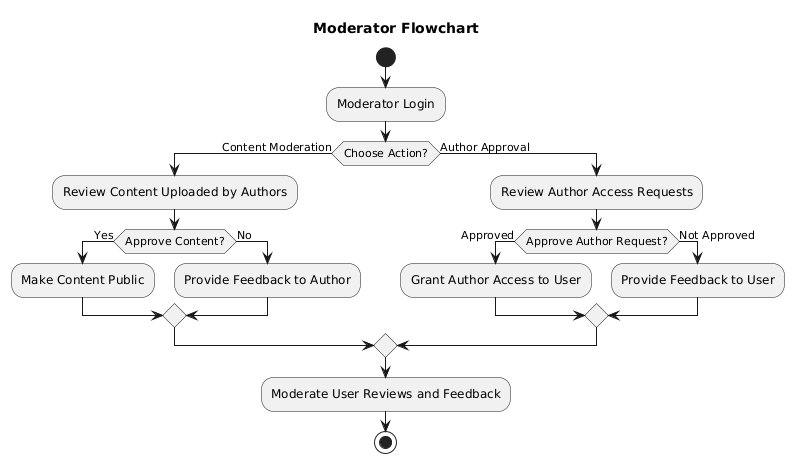
This is Application Flow/Moderator.png from arindhimar/BookAura, a PlantUML export, as it was before one commit.
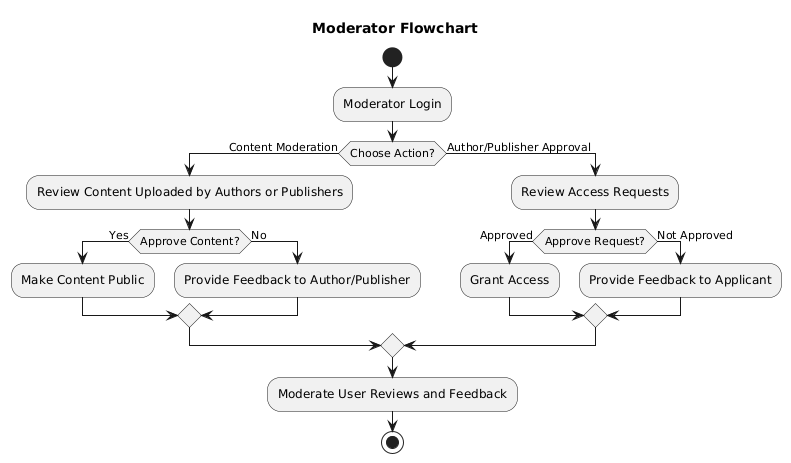
Later version of the same file.

What changed in the source:
```diff
@@ -6,18 +6,18 @@
 :Moderator Login;
 
 if (Choose Action?) then (Content Moderation)
-  :Review Content Uploaded by Authors;
+  :Review Content Uploaded by Authors or Publishers;
   if (Approve Content?) then (Yes)
     :Make Content Public;
   else (No)
-    :Provide Feedback to Author;
+    :Provide Feedback to Author/Publisher;
   endif
-else (Author Approval)
-  :Review Author Access Requests;
-  if (Approve Author Request?) then (Approved)
-    :Grant Author Access to User;
+else (Author/Publisher Approval)
+  :Review Access Requests;
+  if (Approve Request?) then (Approved)
+    :Grant Access;
   else (Not Approved)
-    :Provide Feedback to User;
+    :Provide Feedback to Applicant;
   endif
 endif
 
```
